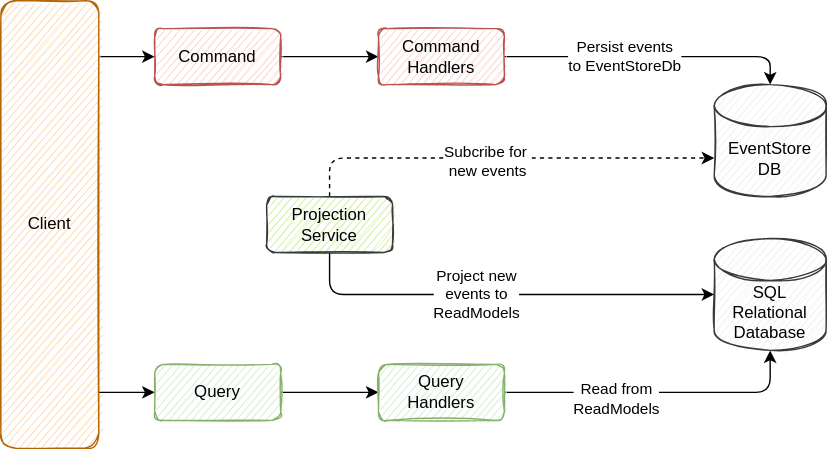
This is architecture.svg from eamsdev/MiniESS, a draw.io export, as it was before one commit. Source tidied: cells renumbered, new cells last; positions are measured from the earlier drawing's top-left corner, leaving out a move shared by most shapes.
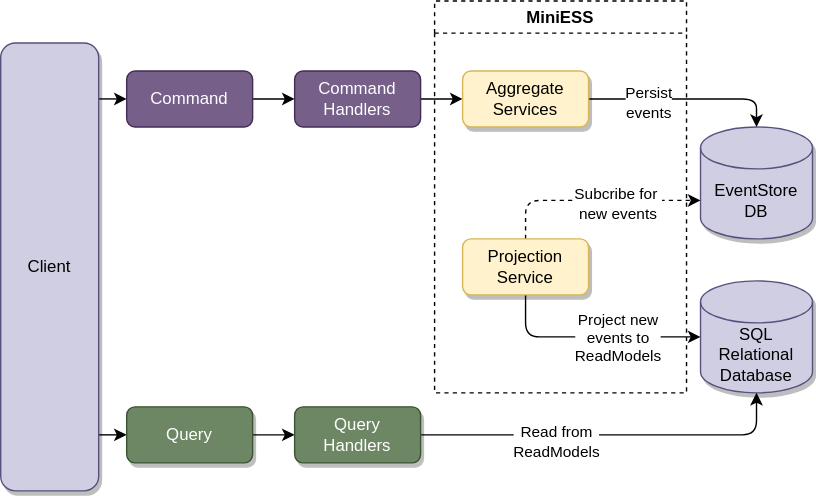
The same diagram one commit later.

Diff of the diagram source:
```diff
@@ -18,39 +18,42 @@
         </Array>
       </mxGeometry>
     </mxCell>
-    <mxCell id="4" value="Client" style="rounded=1;whiteSpace=wrap;html=1;fillColor=#fad7ac;strokeColor=#b46504;sketch=1;shadow=0;" parent="1" vertex="1">
-      <mxGeometry width="70" height="320" as="geometry" />
+    <mxCell id="4" value="Client" style="rounded=1;whiteSpace=wrap;html=1;fillColor=#d0cee2;strokeColor=#56517e;sketch=0;shadow=1;" parent="1" vertex="1">
+      <mxGeometry x="20" width="70" height="320" as="geometry" />
     </mxCell>
     <mxCell id="5" style="edgeStyle=orthogonalEdgeStyle;rounded=0;jettySize=auto;html=1;" parent="1" edge="1" source="6" target="13">
       <mxGeometry relative="1" as="geometry" />
     </mxCell>
-    <mxCell id="6" value="Command" style="rounded=1;whiteSpace=wrap;html=1;fillColor=#f8cecc;strokeColor=#b85450;glass=0;sketch=1;shadow=0;" parent="1" vertex="1">
+    <mxCell id="6" value="Command" style="rounded=1;whiteSpace=wrap;html=1;fillColor=#76608a;strokeColor=#432D57;glass=0;sketch=0;shadow=0;fontColor=#ffffff;" parent="1" vertex="1">
       <mxGeometry x="110" y="20" width="90" height="40" as="geometry" />
     </mxCell>
     <mxCell id="7" style="edgeStyle=orthogonalEdgeStyle;rounded=0;jettySize=auto;html=1;" parent="1" edge="1" source="8" target="16">
       <mxGeometry relative="1" as="geometry" />
     </mxCell>
-    <mxCell id="8" value="Query" style="rounded=1;whiteSpace=wrap;html=1;fillColor=#d5e8d4;strokeColor=#82b366;glass=0;sketch=1;shadow=0;" parent="1" vertex="1">
+    <mxCell id="8" value="Query" style="rounded=1;whiteSpace=wrap;html=1;fillColor=#6d8764;strokeColor=#3A5431;glass=0;sketch=0;shadow=1;fontColor=#ffffff;" parent="1" vertex="1">
       <mxGeometry x="110" y="260" width="90" height="40" as="geometry" />
     </mxCell>
-    <mxCell id="9" value="EventStore&lt;br&gt;DB" style="shape=cylinder3;whiteSpace=wrap;html=1;boundedLbl=1;backgroundOutline=1;size=15;fillColor=#eeeeee;strokeColor=#36393d;shadow=0;sketch=1;" parent="1" vertex="1">
-      <mxGeometry x="510" y="60" width="80" height="80" as="geometry" />
+    <mxCell id="9" value="EventStore&lt;br&gt;DB" style="shape=cylinder3;whiteSpace=wrap;html=1;boundedLbl=1;backgroundOutline=1;size=15;fillColor=#d0cee2;strokeColor=#56517e;shadow=1;sketch=0;" parent="1" vertex="1">
+      <mxGeometry x="520" y="60" width="80" height="80" as="geometry" />
     </mxCell>
-    <mxCell id="10" value="SQL&lt;br&gt;Relational&lt;br&gt;Database" style="shape=cylinder3;whiteSpace=wrap;html=1;boundedLbl=1;backgroundOutline=1;size=15;fillColor=#eeeeee;strokeColor=#36393d;shadow=0;sketch=1;" parent="1" vertex="1">
-      <mxGeometry x="510" y="170" width="80" height="80" as="geometry" />
+    <mxCell id="10" value="SQL&lt;br&gt;Relational&lt;br&gt;Database" style="shape=cylinder3;whiteSpace=wrap;html=1;boundedLbl=1;backgroundOutline=1;size=15;fillColor=#d0cee2;strokeColor=#56517e;shadow=1;sketch=0;" parent="1" vertex="1">
+      <mxGeometry x="520" y="170" width="80" height="80" as="geometry" />
     </mxCell>
-    <mxCell id="11" style="edgeStyle=orthogonalEdgeStyle;rounded=1;jettySize=auto;html=1;entryX=0.5;entryY=0;entryDx=0;entryDy=0;entryPerimeter=0;" parent="1" edge="1" source="13" target="9">
+    <mxCell id="11" style="edgeStyle=orthogonalEdgeStyle;rounded=1;jettySize=auto;html=1;entryX=0.5;entryY=0;entryDx=0;entryDy=0;entryPerimeter=0;startArrow=none;" parent="1" edge="1" source="24" target="9">
       <mxGeometry relative="1" as="geometry">
         <Array as="points">
-          <mxPoint x="550" y="40" />
+          <mxPoint x="560" y="40" />
         </Array>
       </mxGeometry>
     </mxCell>
-    <mxCell id="12" value="Persist events&lt;br&gt;to EventStoreDb" style="edgeLabel;html=1;align=center;verticalAlign=middle;" parent="11" vertex="1">
-      <mxGeometry x="-0.19" y="1" relative="1" as="geometry" />
-    </mxCell>
+    <mxCell id="22" value="Persist&lt;br&gt;events" style="edgeLabel;html=1;align=center;verticalAlign=middle;" parent="11" vertex="1">
+      <mxGeometry x="-0.4" y="-2" relative="1" as="geometry" />
+    </mxCell>
+    <mxCell id="23" style="edgeStyle=orthogonalEdgeStyle;rounded=0;jettySize=auto;html=1;" parent="1" edge="1" source="13" target="24">
+      <mxGeometry relative="1" as="geometry" />
+    </mxCell>
-    <mxCell id="13" value="Command&lt;br&gt;Handlers" style="rounded=1;whiteSpace=wrap;html=1;fillColor=#f8cecc;strokeColor=#b85450;glass=0;sketch=1;shadow=0;" parent="1" vertex="1">
-      <mxGeometry x="270" y="20" width="90" height="40" as="geometry" />
+    <mxCell id="13" value="Command&lt;br&gt;Handlers" style="rounded=1;whiteSpace=wrap;html=1;fillColor=#76608a;strokeColor=#432D57;glass=0;sketch=0;shadow=0;fontColor=#ffffff;" parent="1" vertex="1">
+      <mxGeometry x="230" y="20" width="90" height="40" as="geometry" />
     </mxCell>
     <mxCell id="14" style="edgeStyle=orthogonalEdgeStyle;rounded=1;jettySize=auto;html=1;entryX=0.5;entryY=1;entryDx=0;entryDy=0;entryPerimeter=0;" parent="1" edge="1" source="16" target="10">
       <mxGeometry relative="1" as="geometry" />
@@ -58,29 +61,41 @@
     <mxCell id="15" value="Read from&lt;br&gt;ReadModels" style="edgeLabel;html=1;align=center;verticalAlign=middle;" parent="14" vertex="1">
       <mxGeometry x="-0.29" y="-4" relative="1" as="geometry" />
     </mxCell>
-    <mxCell id="16" value="Query&lt;br&gt;Handlers" style="rounded=1;whiteSpace=wrap;html=1;fillColor=#d5e8d4;strokeColor=#82b366;glass=0;sketch=1;shadow=0;" parent="1" vertex="1">
-      <mxGeometry x="270" y="260" width="90" height="40" as="geometry" />
+    <mxCell id="16" value="Query&lt;br&gt;Handlers" style="rounded=1;whiteSpace=wrap;html=1;fillColor=#6d8764;strokeColor=#3A5431;glass=0;sketch=0;shadow=1;fontColor=#ffffff;" parent="1" vertex="1">
+      <mxGeometry x="230" y="260" width="90" height="40" as="geometry" />
     </mxCell>
     <mxCell id="17" style="edgeStyle=orthogonalEdgeStyle;rounded=1;jettySize=auto;html=1;exitX=0.5;exitY=0;exitDx=0;exitDy=0;entryX=0;entryY=0;entryDx=0;entryDy=52.5;entryPerimeter=0;dashed=1;strokeWidth=1;" parent="1" edge="1" source="21" target="9">
-      <mxGeometry relative="1" as="geometry" />
+      <mxGeometry relative="1" as="geometry">
+        <Array as="points">
+          <mxPoint x="395" y="113" />
+        </Array>
+      </mxGeometry>
     </mxCell>
     <mxCell id="18" value="Subcribe for&amp;nbsp;&lt;br&gt;new events" style="edgeLabel;html=1;align=center;verticalAlign=middle;" parent="17" vertex="1">
       <mxGeometry x="-0.07" y="-1" relative="1" as="geometry">
-        <mxPoint y="1" as="offset" />
+        <mxPoint x="22" y="1" as="offset" />
       </mxGeometry>
     </mxCell>
-    <mxCell id="19" style="edgeStyle=orthogonalEdgeStyle;rounded=1;jettySize=auto;html=1;entryX=0;entryY=0.5;entryDx=0;entryDy=0;entryPerimeter=0;" parent="1" edge="1" source="21" target="10">
+    <mxCell id="19" style="edgeStyle=orthogonalEdgeStyle;rounded=1;jettySize=auto;html=1;entryX=0;entryY=0.5;entryDx=0;entryDy=0;entryPerimeter=0;exitX=0.5;exitY=1;exitDx=0;exitDy=0;" parent="1" edge="1" source="21" target="10">
       <mxGeometry relative="1" as="geometry">
         <Array as="points">
-          <mxPoint x="235" y="210" />
+          <mxPoint x="395" y="210" />
         </Array>
       </mxGeometry>
     </mxCell>
     <mxCell id="20" value="Project new&lt;br&gt;events to&lt;br&gt;ReadModels" style="edgeLabel;html=1;align=center;verticalAlign=middle;" parent="19" vertex="1">
-      <mxGeometry x="-0.12" y="1" relative="1" as="geometry" />
+      <mxGeometry x="-0.12" y="1" relative="1" as="geometry">
+        <mxPoint x="27" y="1" as="offset" />
+      </mxGeometry>
     </mxCell>
-    <mxCell id="21" value="Projection&lt;br&gt;Service" style="rounded=1;whiteSpace=wrap;html=1;fillColor=#cdeb8b;strokeColor=#36393d;glass=0;sketch=1;shadow=0;" parent="1" vertex="1">
-      <mxGeometry x="190" y="140" width="90" height="40" as="geometry" />
+    <mxCell id="21" value="Projection&lt;br&gt;Service" style="rounded=1;whiteSpace=wrap;html=1;fillColor=#fff2cc;strokeColor=#d6b656;glass=0;sketch=0;shadow=1;" parent="1" vertex="1">
+      <mxGeometry x="350" y="140" width="90" height="40" as="geometry" />
     </mxCell>
+    <mxCell id="24" value="Aggregate&lt;br&gt;Services" style="rounded=1;whiteSpace=wrap;html=1;fillColor=#fff2cc;strokeColor=#d6b656;glass=0;sketch=0;shadow=1;" parent="1" vertex="1">
+      <mxGeometry x="350" y="20" width="90" height="40" as="geometry" />
+    </mxCell>
+    <mxCell id="25" value="MiniESS" style="swimlane;whiteSpace=wrap;html=1;dashed=1;" parent="1" vertex="1">
+      <mxGeometry x="330" y="-30" width="180" height="280" as="geometry" />
+    </mxCell>
   </root>
 </mxGraphModel>
```
